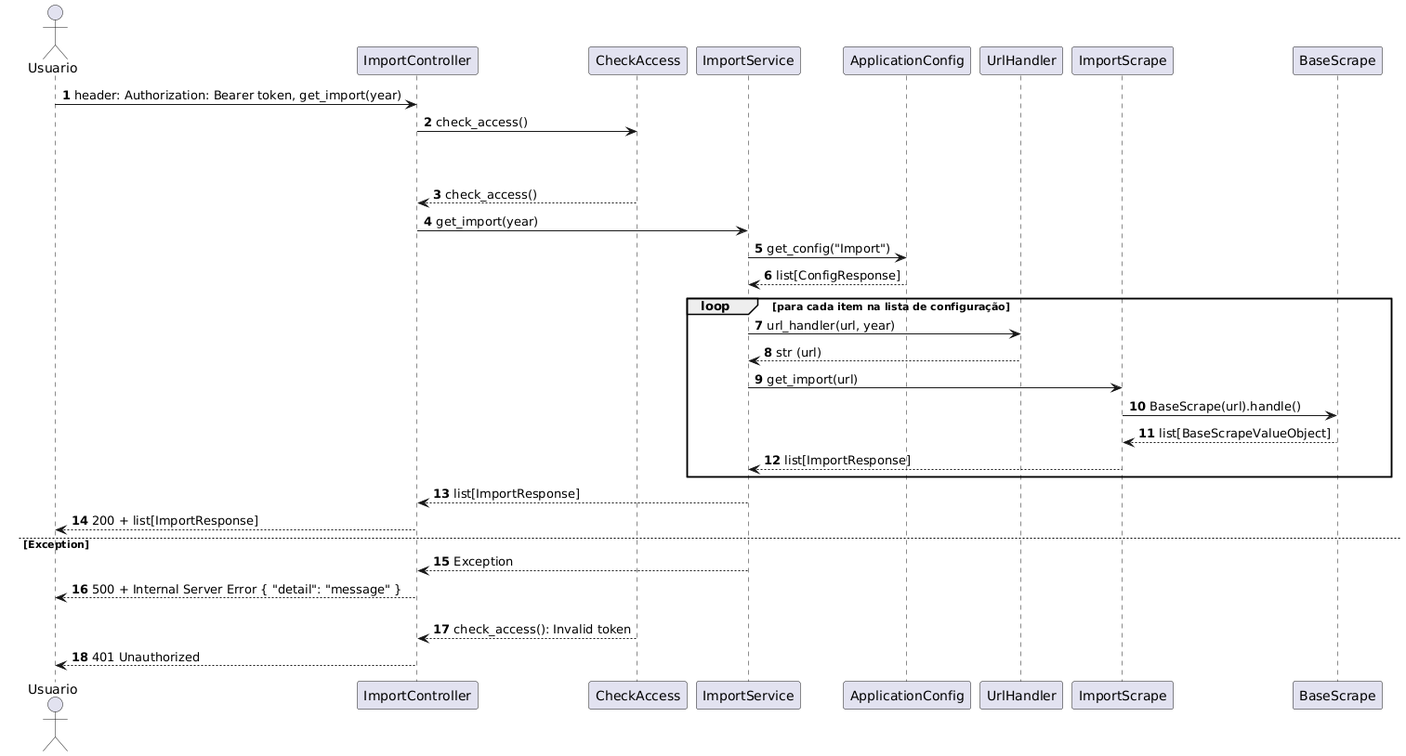
The PlantUML diagram app/architecture_diagrams/sequence_endpoint_import.png in henriquecomp/vinicultura, before a commit. Its diagram source:
```plantuml
@startuml
autonumber
actor Usuario
participant "ImportController" as Controller
participant "CheckAccess" as CheckAccess
participant "ImportService" as Application
participant "ApplicationConfig" as Config
participant "UrlHandler" as UrlHandler
participant "ImportScrape" as Scrape
participant "BaseScrape" as BaseScrape

Usuario -> Controller: header: Authorization: Bearer token, get_import(year)
Controller -> CheckAccess: check_access()

alt Token Válido
    alt
        CheckAccess --> Controller: check_access()
        Controller -> Application: get_import(year)
        Application -> Config: get_config("Import")
        Config --> Application: list[ConfigResponse]
        loop para cada item na lista de configuração
            Application -> UrlHandler: url_handler(url, year)
            UrlHandler --> Application: str (url)
            Application -> Scrape: get_import(url)
            Scrape -> BaseScrape: BaseScrape(url).handle()
            BaseScrape --> Scrape: list[BaseScrapeValueObject]
            Scrape --> Application: list[ImportResponse]
        end
        Application --> Controller: list[ImportResponse]
        Controller --> Usuario: 200 + list[ImportResponse]
    else Exception
        Application --> Controller: Exception
        Controller --> Usuario: 500 + Internal Server Error { "detail": "message" }
else Token Inválido
    CheckAccess --> Controller: check_access(): Invalid token
    Controller --> Usuario: 401 Unauthorized
@enduml
```
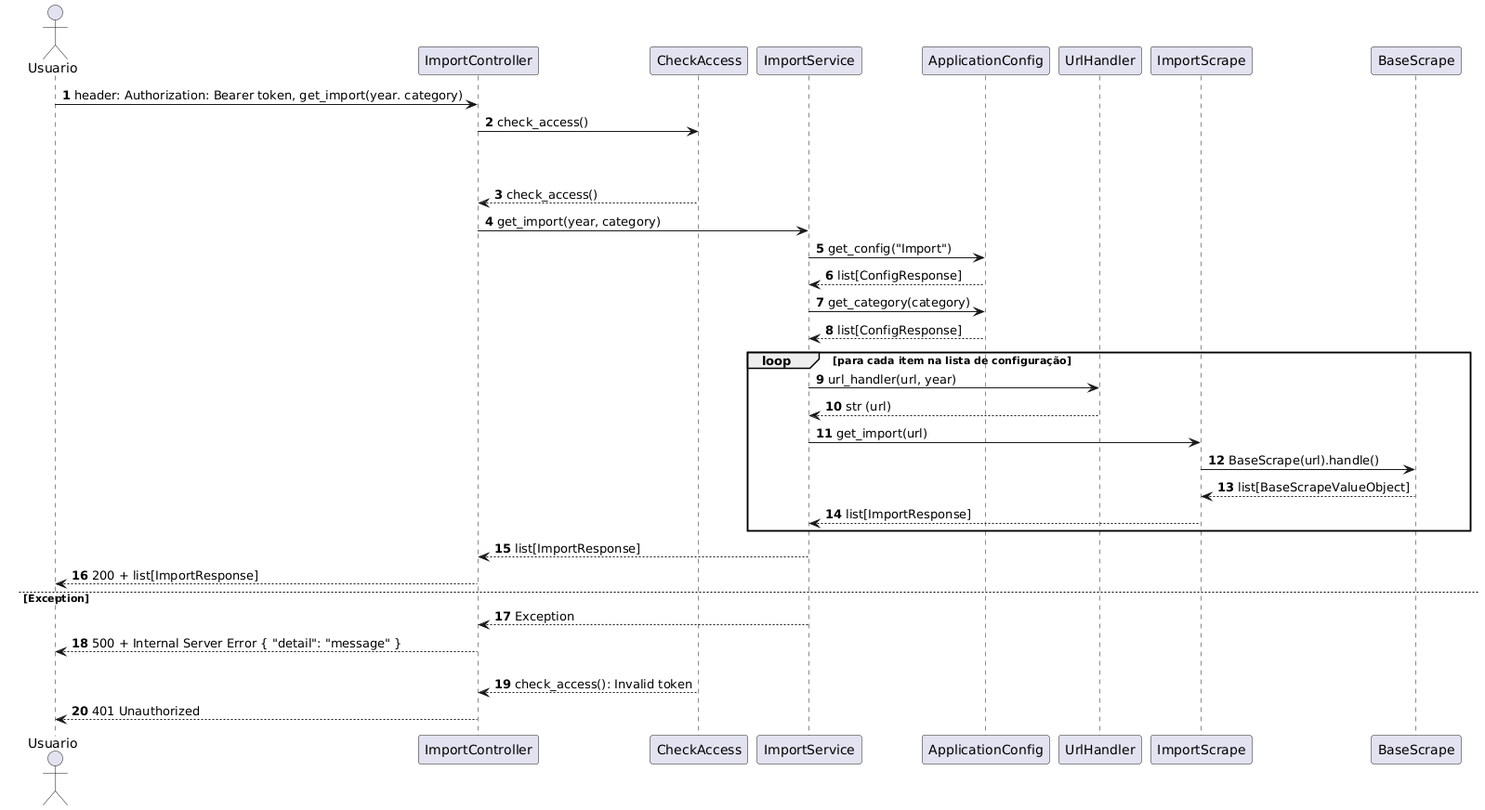
The same file after the commit.

Commit message:
adicionado o parametro de category nos endpoints e diagramas

Change to the diagram source:
```diff
@@ -9,14 +9,16 @@
 participant "ImportScrape" as Scrape
 participant "BaseScrape" as BaseScrape
 
-Usuario -> Controller: header: Authorization: Bearer token, get_import(year)
+Usuario -> Controller: header: Authorization: Bearer token, get_import(year. category)
 Controller -> CheckAccess: check_access()
 
 alt Token Válido
     alt
         CheckAccess --> Controller: check_access()
-        Controller -> Application: get_import(year)
+        Controller -> Application: get_import(year, category)
         Application -> Config: get_config("Import")
+        Config --> Application: list[ConfigResponse]
+        Application -> Config: get_category(category)
         Config --> Application: list[ConfigResponse]
         loop para cada item na lista de configuração
             Application -> UrlHandler: url_handler(url, year)
```
